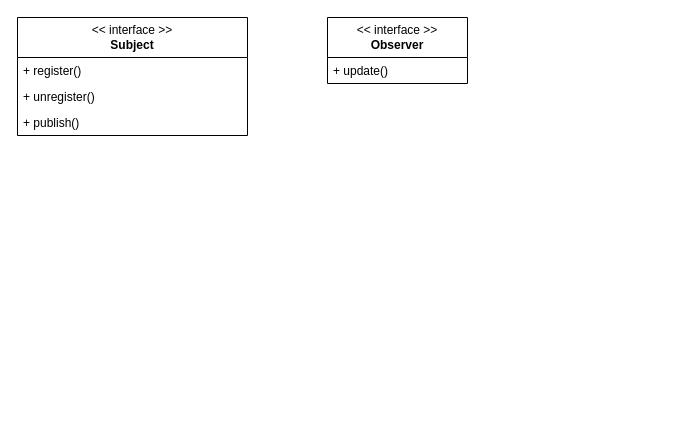
Earlier version of the draw.io diagram observer-stock.drawio (joelau71/uml). Source tidied: cells renumbered, new cells numbered last; positions are measured from the earlier drawing's top-left corner, leaving out a move shared by most shapes. Both pictures are drawn from the tidied source at 100%, with x=0, y=0 at pixel (17, 17).
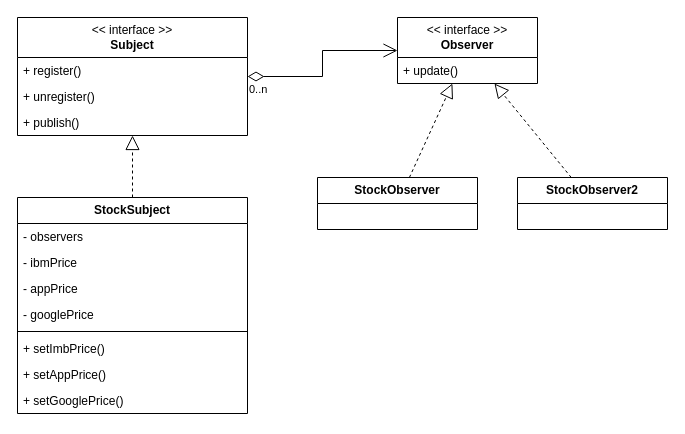
The same diagram, later.

The change refers to these unchanged cells:
```xml
<mxCell id="2" value="&amp;lt;&amp;lt; interface &amp;gt;&amp;gt;&lt;br&gt;&lt;b&gt;Subject&lt;/b&gt;" style="swimlane;fontStyle=0;horizontal=1;startSize=40;fillColor=none;whiteSpace=wrap;html=1;" parent="1" vertex="1">
  <mxGeometry width="230" height="118" as="geometry" />
</mxCell>
```

Change to the diagram source:
```diff
@@
     <mxCell id="6" value="&amp;lt;&amp;lt; interface &amp;gt;&amp;gt;&lt;br style=&quot;border-color: var(--border-color);&quot;&gt;&lt;b&gt;Observer&lt;/b&gt;" style="swimlane;fontStyle=0;horizontal=1;startSize=40;fillColor=none;whiteSpace=wrap;html=1;" parent="1" vertex="1">
-      <mxGeometry x="310" width="140" height="66" as="geometry" />
+      <mxGeometry x="380" width="140" height="66" as="geometry" />
     </mxCell>
@@
+    <mxCell id="8" value="&lt;b&gt;StockSubject&lt;/b&gt;" style="swimlane;fontStyle=0;horizontal=1;startSize=26;fillColor=none;whiteSpace=wrap;html=1;" parent="1" vertex="1">
+      <mxGeometry y="180" width="230" height="216" as="geometry" />
+    </mxCell>
+    <mxCell id="9" value="- observers" style="text;strokeColor=none;fillColor=none;align=left;verticalAlign=top;spacingLeft=4;spacingRight=4;overflow=hidden;whiteSpace=wrap;html=1;" parent="8" vertex="1">
+      <mxGeometry y="26" width="230" height="26" as="geometry" />
+    </mxCell>
+    <mxCell id="10" value="- ibmPrice" style="text;strokeColor=none;fillColor=none;align=left;verticalAlign=top;spacingLeft=4;spacingRight=4;overflow=hidden;whiteSpace=wrap;html=1;" parent="8" vertex="1">
+      <mxGeometry y="52" width="230" height="26" as="geometry" />
+    </mxCell>
+    <mxCell id="11" value="-&amp;nbsp;appPrice" style="text;strokeColor=none;fillColor=none;align=left;verticalAlign=top;spacingLeft=4;spacingRight=4;overflow=hidden;whiteSpace=wrap;html=1;" parent="8" vertex="1">
+      <mxGeometry y="78" width="230" height="26" as="geometry" />
+    </mxCell>
+    <mxCell id="12" value="- googlePrice" style="text;strokeColor=none;fillColor=none;align=left;verticalAlign=top;spacingLeft=4;spacingRight=4;overflow=hidden;whiteSpace=wrap;html=1;" parent="8" vertex="1">
+      <mxGeometry y="104" width="230" height="26" as="geometry" />
+    </mxCell>
+    <mxCell id="13" style="line;strokeWidth=1;fillColor=none;align=left;verticalAlign=middle;spacingTop=-1;spacingLeft=3;spacingRight=3;labelPosition=right;strokeColor=inherit;" parent="8" vertex="1">
+      <mxGeometry y="130" width="230" height="8" as="geometry" />
+    </mxCell>
+    <mxCell id="14" value="+ setImbPrice()" style="text;strokeColor=none;fillColor=none;align=left;verticalAlign=top;spacingLeft=4;spacingRight=4;overflow=hidden;whiteSpace=wrap;html=1;" parent="8" vertex="1">
+      <mxGeometry y="138" width="230" height="26" as="geometry" />
+    </mxCell>
+    <mxCell id="15" value="+ setAppPrice()" style="text;strokeColor=none;fillColor=none;align=left;verticalAlign=top;spacingLeft=4;spacingRight=4;overflow=hidden;whiteSpace=wrap;html=1;" parent="8" vertex="1">
+      <mxGeometry y="164" width="230" height="26" as="geometry" />
+    </mxCell>
+    <mxCell id="16" value="+ setGooglePrice()" style="text;strokeColor=none;fillColor=none;align=left;verticalAlign=top;spacingLeft=4;spacingRight=4;overflow=hidden;whiteSpace=wrap;html=1;" parent="8" vertex="1">
+      <mxGeometry y="190" width="230" height="26" as="geometry" />
+    </mxCell>
+    <mxCell id="17" style="endArrow=block;dashed=1;endFill=0;endSize=12;html=1;rounded=0;" parent="1" edge="1" source="8" target="2">
+      <mxGeometry relative="1" as="geometry" />
+    </mxCell>
+    <mxCell id="18" style="endArrow=open;html=1;endSize=12;startArrow=diamondThin;startSize=14;startFill=0;edgeStyle=orthogonalEdgeStyle;rounded=0;" parent="1" edge="1" source="2" target="6">
+      <mxGeometry relative="1" as="geometry" />
+    </mxCell>
+    <mxCell id="19" value="0..n" style="edgeLabel;html=1;align=left;verticalAlign=top;" parent="18" vertex="1">
+      <mxGeometry x="-1" relative="1" as="geometry" />
+    </mxCell>
+    <mxCell id="20" value="&lt;b&gt;StockObserver&lt;/b&gt;" style="swimlane;fontStyle=0;horizontal=1;startSize=26;fillColor=none;whiteSpace=wrap;html=1;" parent="1" vertex="1">
+      <mxGeometry x="300" y="160" width="160" height="52" as="geometry" />
+    </mxCell>
+    <mxCell id="21" value="&lt;b&gt;StockObserver2&lt;/b&gt;" style="swimlane;fontStyle=0;horizontal=1;startSize=26;fillColor=none;whiteSpace=wrap;html=1;" parent="1" vertex="1">
+      <mxGeometry x="500" y="160" width="150" height="52" as="geometry" />
+    </mxCell>
+    <mxCell id="22" style="endArrow=block;dashed=1;endFill=0;endSize=12;html=1;rounded=0;" parent="1" edge="1" source="20" target="6">
+      <mxGeometry relative="1" as="geometry" />
+    </mxCell>
+    <mxCell id="23" style="endArrow=block;dashed=1;endFill=0;endSize=12;html=1;rounded=0;" parent="1" edge="1" source="21" target="6">
+      <mxGeometry relative="1" as="geometry" />
+    </mxCell>
```
